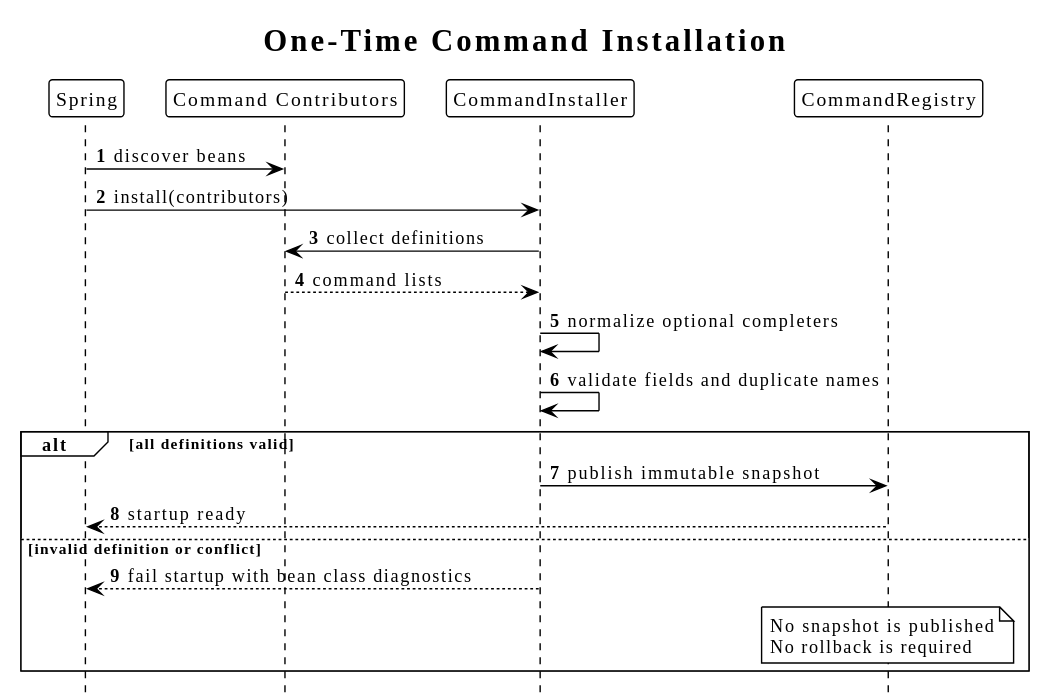
Before: diagrams/command/05-startup-installation.svg, a diagram exported from PlantUML (superheromeZzh/pi-mono-java-design).
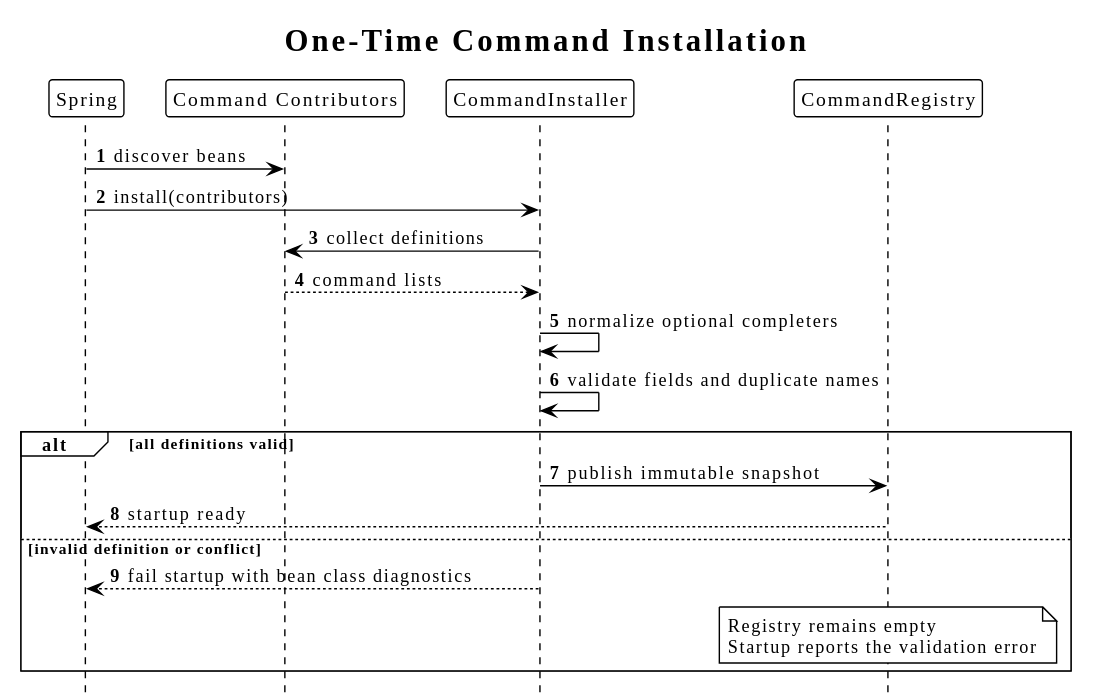
The same diagram one commit later.

What changed in the source:
```diff
@@ -25,8 +25,8 @@
 else invalid definition or conflict
   Installer --> Spring : fail startup with bean class diagnostics
   note over Registry
-    No snapshot is published
-    No rollback is required
+    Registry remains empty
+    Startup reports the validation error
   end note
 end
 @enduml
```
